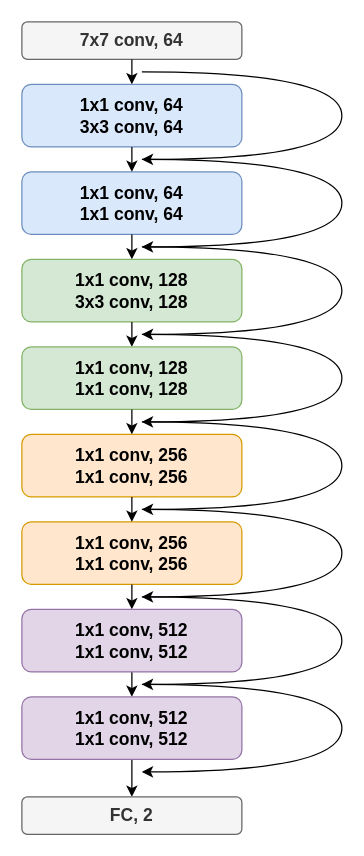
The draw.io diagram documents/drawio/BagNet9_18.drawio in LeanderHeuvel/mbag-REDI, before the edit. Source tidied: cells renumbered, new cells numbered last; positions are measured from the earlier drawing's top-left corner, leaving out a move shared by most shapes. Both pictures are drawn from the tidied source at 125%, with x=0, y=0 at pixel (21, 21).
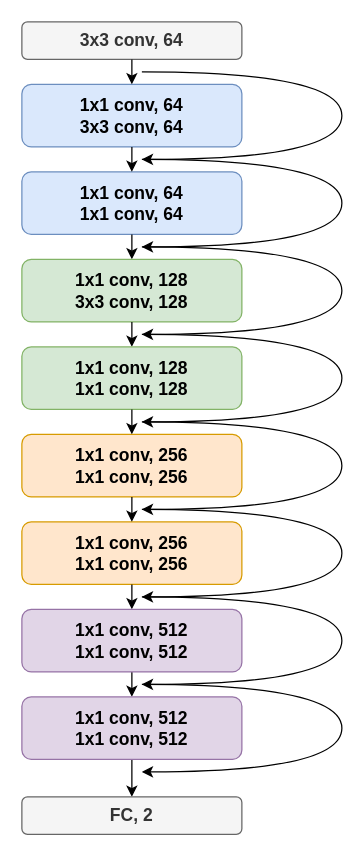
Above is the later version.

The edit, as a diff of the source:
```diff
@@
-    <mxCell id="4" value="&lt;b&gt;&lt;font style=&quot;font-size: 14px;&quot;&gt;7x7 conv, 64&lt;/font&gt;&lt;/b&gt;" style="whiteSpace=wrap;html=1;fillColor=#f5f5f5;strokeColor=#666666;imageAspect=1;rounded=1;fontColor=#333333;" parent="1" vertex="1">
+    <mxCell id="4" value="&lt;b&gt;&lt;font style=&quot;font-size: 14px&quot;&gt;3x3 conv, 64&lt;/font&gt;&lt;/b&gt;" style="whiteSpace=wrap;html=1;fillColor=#f5f5f5;strokeColor=#666666;imageAspect=1;rounded=1;fontColor=#333333;" parent="1" vertex="1">
       <mxGeometry width="176" height="30" as="geometry" />
     </mxCell>
```
